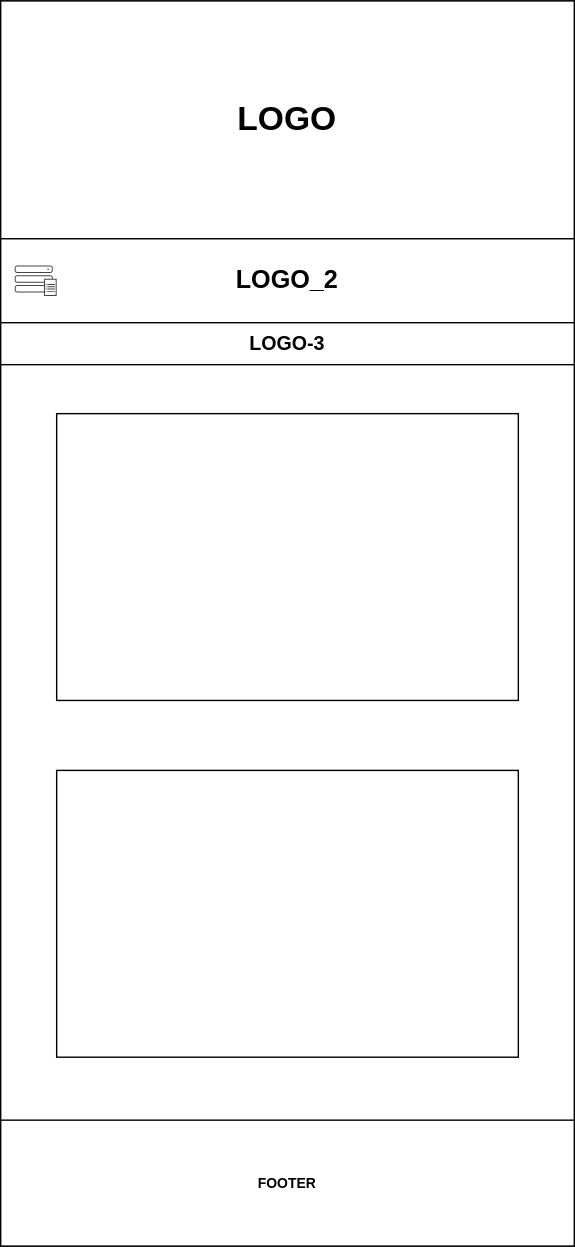
NguyenHocPH36330/Web106_HocNC keeps this draw.io diagram as hocncph36330 Bản Mobile.drawio.svg. Above is the earlier version. Source tidied: cells renumbered, new cells last; positions are measured from the earlier drawing's top-left corner, leaving out a move shared by most shapes. The source it was exported from:
```xml
<mxGraphModel>
  <root>
    <mxCell id="0" />
    <mxCell id="1" parent="0" />
    <mxCell id="2" style="rounded=0;whiteSpace=wrap;html=1;" parent="1" vertex="1">
      <mxGeometry width="410" height="890" as="geometry" />
    </mxCell>
    <mxCell id="3" value="&lt;h1&gt;LOGO&lt;/h1&gt;" style="rounded=0;whiteSpace=wrap;html=1;" parent="1" vertex="1">
      <mxGeometry width="410" height="170" as="geometry" />
    </mxCell>
    <mxCell id="4" value="&lt;h2&gt;LOGO_2&lt;/h2&gt;" style="rounded=0;whiteSpace=wrap;html=1;" parent="1" vertex="1">
      <mxGeometry y="170" width="410" height="60" as="geometry" />
    </mxCell>
    <mxCell id="5" style="sketch=0;shadow=0;dashed=0;html=1;strokeColor=none;fillColor=#434445;labelPosition=center;verticalLabelPosition=bottom;verticalAlign=top;align=center;shape=mxgraph.vvd.array_manager;" parent="1" vertex="1">
      <mxGeometry x="10" y="189.1" width="30" height="21.9" as="geometry" />
    </mxCell>
    <mxCell id="6" value="&lt;h3&gt;LOGO-3&lt;/h3&gt;" style="rounded=0;whiteSpace=wrap;html=1;" parent="1" vertex="1">
      <mxGeometry y="230" width="410" height="30" as="geometry" />
    </mxCell>
    <mxCell id="7" style="rounded=0;whiteSpace=wrap;html=1;" parent="1" vertex="1">
      <mxGeometry x="40" y="295" width="330" height="205" as="geometry" />
    </mxCell>
    <mxCell id="8" style="edgeStyle=orthogonalEdgeStyle;rounded=0;orthogonalLoop=1;jettySize=auto;html=1;exitX=0.5;exitY=1;exitDx=0;exitDy=0;" parent="1" edge="1" source="7" target="7">
      <mxGeometry relative="1" as="geometry" />
    </mxCell>
    <mxCell id="9" style="rounded=0;whiteSpace=wrap;html=1;" parent="1" vertex="1">
      <mxGeometry x="40" y="550" width="330" height="205" as="geometry" />
    </mxCell>
    <mxCell id="10" value="&lt;h5&gt;FOOTER&lt;/h5&gt;" style="rounded=0;whiteSpace=wrap;html=1;" parent="1" vertex="1">
      <mxGeometry y="800" width="410" height="90" as="geometry" />
    </mxCell>
  </root>
</mxGraphModel>
```
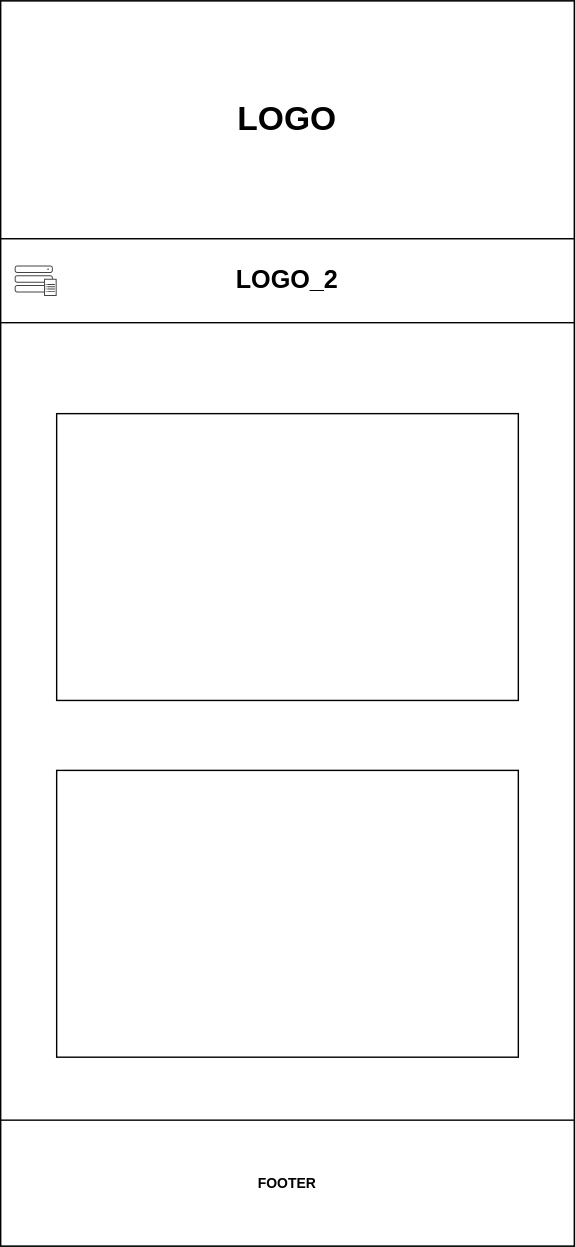
After the change.

Change to the diagram source:
```diff
@@ -14,9 +14,6 @@
     <mxCell id="5" style="sketch=0;shadow=0;dashed=0;html=1;strokeColor=none;fillColor=#434445;labelPosition=center;verticalLabelPosition=bottom;verticalAlign=top;align=center;shape=mxgraph.vvd.array_manager;" parent="1" vertex="1">
       <mxGeometry x="10" y="189.1" width="30" height="21.9" as="geometry" />
     </mxCell>
-    <mxCell id="6" value="&lt;h3&gt;LOGO-3&lt;/h3&gt;" style="rounded=0;whiteSpace=wrap;html=1;" parent="1" vertex="1">
-      <mxGeometry y="230" width="410" height="30" as="geometry" />
-    </mxCell>
     <mxCell id="7" style="rounded=0;whiteSpace=wrap;html=1;" parent="1" vertex="1">
       <mxGeometry x="40" y="295" width="330" height="205" as="geometry" />
     </mxCell>
```
